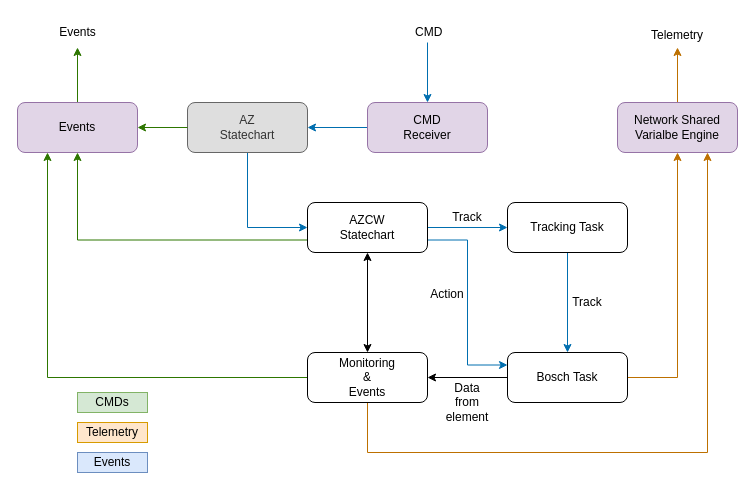
lsst-ts/ts_tma_tma-documentation_pxi-controller_documentation keeps this draw.io diagram as Resources/DrawIO/AzimuthAndCameraCableWrap/AZCW_SubsystemStructure.drawio. Above is the earlier version. Source tidied: cells renumbered, new cells numbered last; positions are measured from the earlier drawing's top-left corner, leaving out a move shared by most shapes. Both pictures are drawn from the tidied source at 100%, with x=0, y=0 at pixel (17, 17).
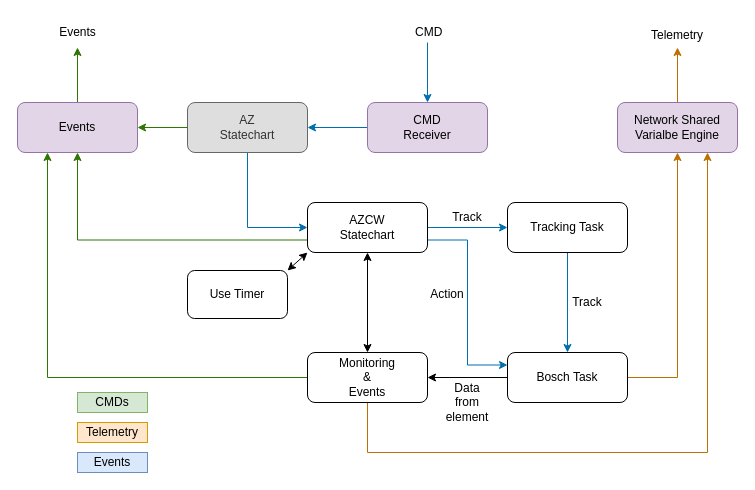
Above is the later version.

Unchanged cells that the change refers to:
```xml
<mxCell id="9" value="AZCW&lt;br&gt;Statechart&lt;br&gt;" style="rounded=1;whiteSpace=wrap;html=1;" parent="1" vertex="1">
  <mxGeometry x="290" y="185" width="120" height="50" as="geometry" />
</mxCell>
```

Change to the diagram source:
```diff
@@
+    <mxCell id="35" style="edgeStyle=none;rounded=0;jettySize=auto;html=1;exitX=0;exitY=1;exitDx=0;exitDy=0;entryX=1;entryY=0;entryDx=0;entryDy=0;startArrow=classic;startFill=1;" parent="1" edge="1" source="9" target="36">
+      <mxGeometry relative="1" as="geometry" />
+    </mxCell>
@@
+    <mxCell id="36" value="Use Timer" style="rounded=1;whiteSpace=wrap;html=1;" parent="1" vertex="1">
+      <mxGeometry x="170" y="253" width="100" height="48" as="geometry" />
+    </mxCell>
```
